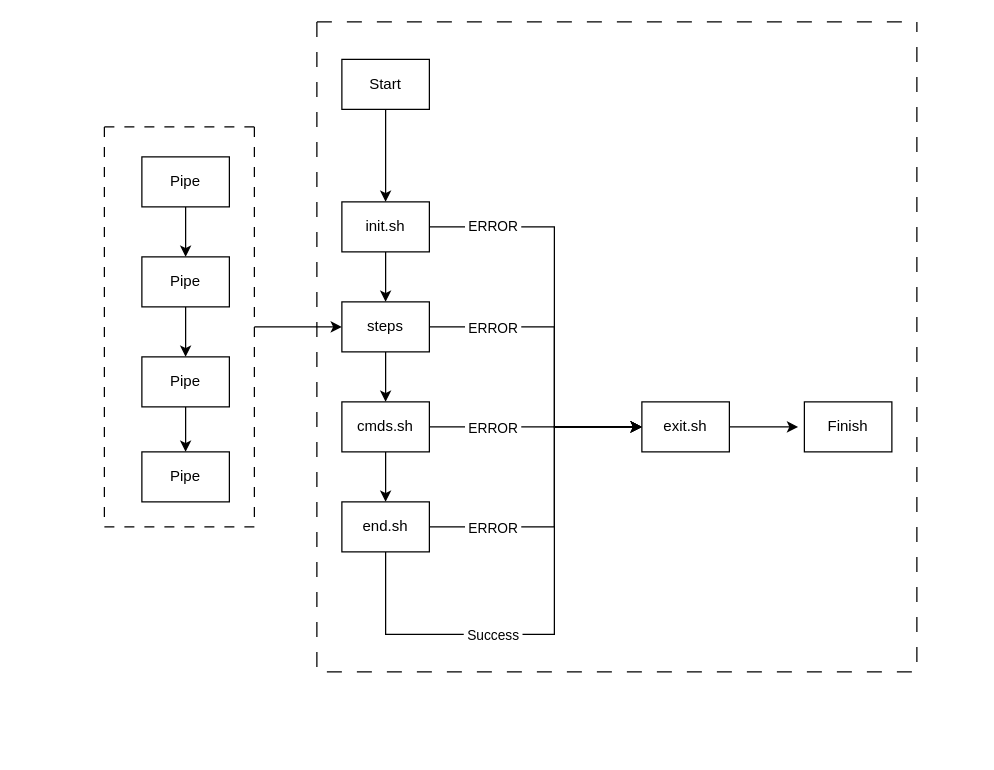
Before: Pipe.drawio in ycli1995/my_mind_maps, a draw.io diagram. Source tidied: cells renumbered, new cells numbered last; positions are measured from the earlier drawing's top-left corner, leaving out a move shared by most shapes. Both pictures are drawn from the tidied source at 125%, with x=0, y=0 at pixel (104, 21).
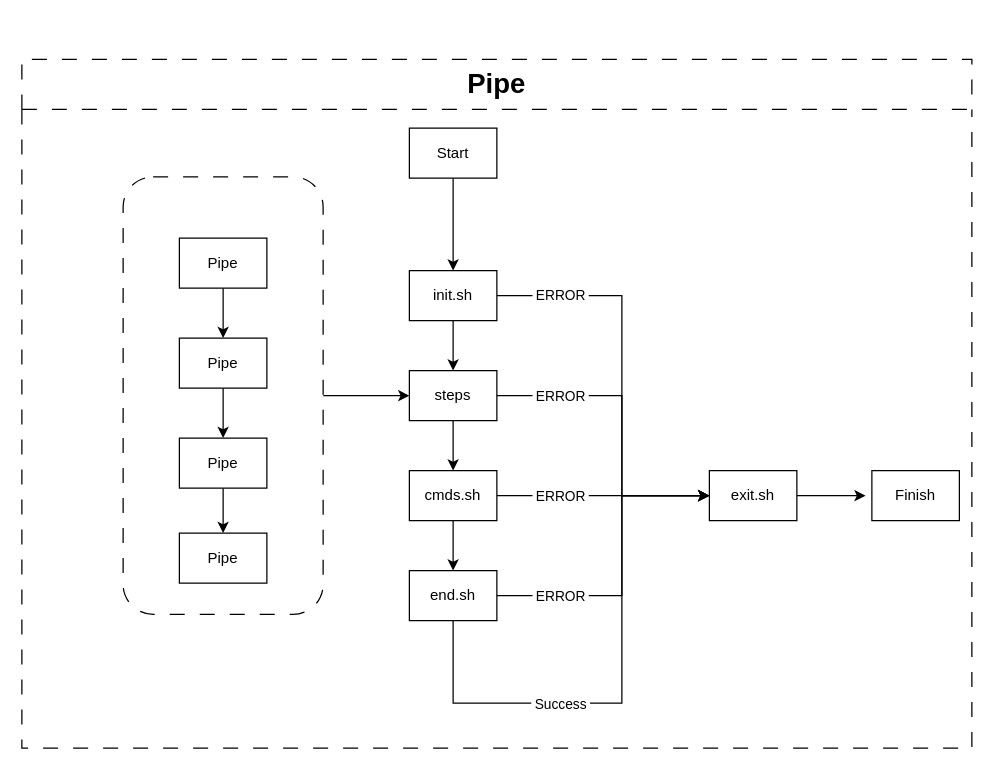
Above is the later version.

The edit, as a diff of the source:
```diff
@@
+    <mxCell id="34" value="&lt;font style=&quot;font-size: 22px;&quot;&gt;Pipe&lt;/font&gt;" style="swimlane;whiteSpace=wrap;html=1;dashed=1;dashPattern=12 12;startSize=40;" parent="1" vertex="1">
+      <mxGeometry x="-66" y="30" width="760" height="551" as="geometry" />
+    </mxCell>
+    <mxCell id="35" style="edgeStyle=orthogonalEdgeStyle;rounded=0;jettySize=auto;html=1;entryX=0;entryY=0.5;entryDx=0;entryDy=0;" parent="34" edge="1" source="36" target="9">
+      <mxGeometry relative="1" as="geometry" />
+    </mxCell>
+    <mxCell id="36" style="rounded=1;whiteSpace=wrap;html=1;dashed=1;dashPattern=12 12;" parent="34" vertex="1">
+      <mxGeometry x="81" y="94" width="160" height="350" as="geometry" />
+    </mxCell>
-    <mxCell id="2" style="edgeStyle=orthogonalEdgeStyle;rounded=0;jettySize=auto;html=1;" parent="1" edge="1" source="5" target="9">
+    <mxCell id="2" style="edgeStyle=orthogonalEdgeStyle;rounded=0;jettySize=auto;html=1;" parent="34" edge="1" source="5" target="9">
       <mxGeometry relative="1" as="geometry" />
     </mxCell>
-    <mxCell id="3" style="edgeStyle=orthogonalEdgeStyle;rounded=0;jettySize=auto;html=1;entryX=0;entryY=0.5;entryDx=0;entryDy=0;" parent="1" edge="1" source="5" target="21">
+    <mxCell id="3" style="edgeStyle=orthogonalEdgeStyle;rounded=0;jettySize=auto;html=1;entryX=0;entryY=0.5;entryDx=0;entryDy=0;" parent="34" edge="1" source="5" target="21">
       <mxGeometry relative="1" as="geometry">
         <Array as="points">
-          <mxPoint x="360" y="164" />
-          <mxPoint x="360" y="324" />
+          <mxPoint x="480" y="189" />
+          <mxPoint x="480" y="349" />
         </Array>
       </mxGeometry>
     </mxCell>
@@
-    <mxCell id="5" value="init.sh" style="rounded=0;whiteSpace=wrap;html=1;" parent="1" vertex="1">
-      <mxGeometry x="190" y="144" width="70" height="40" as="geometry" />
+    <mxCell id="5" value="init.sh" style="rounded=0;whiteSpace=wrap;html=1;" parent="34" vertex="1">
+      <mxGeometry x="310" y="169" width="70" height="40" as="geometry" />
     </mxCell>
-    <mxCell id="6" style="edgeStyle=orthogonalEdgeStyle;rounded=0;jettySize=auto;html=1;" parent="1" edge="1" source="9" target="13">
+    <mxCell id="6" style="edgeStyle=orthogonalEdgeStyle;rounded=0;jettySize=auto;html=1;" parent="34" edge="1" source="9" target="13">
       <mxGeometry relative="1" as="geometry" />
     </mxCell>
-    <mxCell id="7" style="edgeStyle=orthogonalEdgeStyle;rounded=0;jettySize=auto;html=1;entryX=0;entryY=0.5;entryDx=0;entryDy=0;" parent="1" edge="1" source="9" target="21">
+    <mxCell id="7" style="edgeStyle=orthogonalEdgeStyle;rounded=0;jettySize=auto;html=1;entryX=0;entryY=0.5;entryDx=0;entryDy=0;" parent="34" edge="1" source="9" target="21">
       <mxGeometry relative="1" as="geometry">
         <Array as="points">
-          <mxPoint x="360" y="244" />
-          <mxPoint x="360" y="324" />
+          <mxPoint x="480" y="269" />
+          <mxPoint x="480" y="349" />
         </Array>
       </mxGeometry>
     </mxCell>
@@
-    <mxCell id="9" value="steps" style="rounded=0;whiteSpace=wrap;html=1;" parent="1" vertex="1">
-      <mxGeometry x="190" y="224" width="70" height="40" as="geometry" />
+    <mxCell id="9" value="steps" style="rounded=0;whiteSpace=wrap;html=1;" parent="34" vertex="1">
+      <mxGeometry x="310" y="249" width="70" height="40" as="geometry" />
     </mxCell>
-    <mxCell id="10" style="edgeStyle=orthogonalEdgeStyle;rounded=0;jettySize=auto;html=1;" parent="1" edge="1" source="13" target="17">
+    <mxCell id="10" style="edgeStyle=orthogonalEdgeStyle;rounded=0;jettySize=auto;html=1;" parent="34" edge="1" source="13" target="17">
       <mxGeometry relative="1" as="geometry" />
     </mxCell>
-    <mxCell id="11" style="edgeStyle=orthogonalEdgeStyle;rounded=0;jettySize=auto;html=1;exitX=1;exitY=0.5;exitDx=0;exitDy=0;" parent="1" edge="1" source="13" target="21">
+    <mxCell id="11" style="edgeStyle=orthogonalEdgeStyle;rounded=0;jettySize=auto;html=1;exitX=1;exitY=0.5;exitDx=0;exitDy=0;" parent="34" edge="1" source="13" target="21">
       <mxGeometry relative="1" as="geometry" />
     </mxCell>
@@
-    <mxCell id="13" value="cmds.sh" style="rounded=0;whiteSpace=wrap;html=1;" parent="1" vertex="1">
-      <mxGeometry x="190" y="304" width="70" height="40" as="geometry" />
+    <mxCell id="13" value="cmds.sh" style="rounded=0;whiteSpace=wrap;html=1;" parent="34" vertex="1">
+      <mxGeometry x="310" y="329" width="70" height="40" as="geometry" />
     </mxCell>
-    <mxCell id="14" style="edgeStyle=orthogonalEdgeStyle;rounded=0;jettySize=auto;html=1;exitX=1;exitY=0.5;exitDx=0;exitDy=0;entryX=0;entryY=0.5;entryDx=0;entryDy=0;" parent="1" edge="1" source="17" target="21">
+    <mxCell id="14" style="edgeStyle=orthogonalEdgeStyle;rounded=0;jettySize=auto;html=1;exitX=1;exitY=0.5;exitDx=0;exitDy=0;entryX=0;entryY=0.5;entryDx=0;entryDy=0;" parent="34" edge="1" source="17" target="21">
       <mxGeometry relative="1" as="geometry">
         <Array as="points">
-          <mxPoint x="360" y="404" />
-          <mxPoint x="360" y="324" />
+          <mxPoint x="480" y="429" />
+          <mxPoint x="480" y="349" />
         </Array>
       </mxGeometry>
     </mxCell>
-    <mxCell id="15" style="edgeStyle=orthogonalEdgeStyle;rounded=0;jettySize=auto;html=1;exitX=0.5;exitY=1;exitDx=0;exitDy=0;entryX=0;entryY=0.5;entryDx=0;entryDy=0;" parent="1" edge="1" source="17" target="21">
+    <mxCell id="15" style="edgeStyle=orthogonalEdgeStyle;rounded=0;jettySize=auto;html=1;exitX=0.5;exitY=1;exitDx=0;exitDy=0;entryX=0;entryY=0.5;entryDx=0;entryDy=0;" parent="34" edge="1" source="17" target="21">
       <mxGeometry relative="1" as="geometry">
         <Array as="points">
-          <mxPoint x="225" y="490" />
-          <mxPoint x="360" y="490" />
-          <mxPoint x="360" y="324" />
+          <mxPoint x="345" y="515" />
+          <mxPoint x="480" y="515" />
+          <mxPoint x="480" y="349" />
         </Array>
       </mxGeometry>
     </mxCell>
@@
-    <mxCell id="17" value="end.sh" style="rounded=0;whiteSpace=wrap;html=1;" parent="1" vertex="1">
-      <mxGeometry x="190" y="384" width="70" height="40" as="geometry" />
+    <mxCell id="17" value="end.sh" style="rounded=0;whiteSpace=wrap;html=1;" parent="34" vertex="1">
+      <mxGeometry x="310" y="409" width="70" height="40" as="geometry" />
     </mxCell>
-    <mxCell id="18" style="edgeStyle=orthogonalEdgeStyle;rounded=0;jettySize=auto;html=1;" parent="1" edge="1" source="19" target="5">
+    <mxCell id="18" style="edgeStyle=orthogonalEdgeStyle;rounded=0;jettySize=auto;html=1;" parent="34" edge="1" source="19" target="5">
       <mxGeometry relative="1" as="geometry" />
     </mxCell>
-    <mxCell id="19" value="Start" style="rounded=0;whiteSpace=wrap;html=1;" parent="1" vertex="1">
-      <mxGeometry x="190" y="30" width="70" height="40" as="geometry" />
+    <mxCell id="19" value="Start" style="rounded=0;whiteSpace=wrap;html=1;" parent="34" vertex="1">
+      <mxGeometry x="310" y="55" width="70" height="40" as="geometry" />
     </mxCell>
-    <mxCell id="20" style="edgeStyle=orthogonalEdgeStyle;rounded=0;jettySize=auto;html=1;" parent="1" edge="1" source="21">
+    <mxCell id="20" style="edgeStyle=orthogonalEdgeStyle;rounded=0;jettySize=auto;html=1;" parent="34" edge="1" source="21">
       <mxGeometry relative="1" as="geometry">
-        <mxPoint x="555" y="324" as="targetPoint" />
+        <mxPoint x="675" y="349" as="targetPoint" />
       </mxGeometry>
     </mxCell>
-    <mxCell id="21" value="exit.sh" style="rounded=0;whiteSpace=wrap;html=1;" parent="1" vertex="1">
-      <mxGeometry x="430" y="304" width="70" height="40" as="geometry" />
+    <mxCell id="21" value="exit.sh" style="rounded=0;whiteSpace=wrap;html=1;" parent="34" vertex="1">
+      <mxGeometry x="550" y="329" width="70" height="40" as="geometry" />
     </mxCell>
-    <mxCell id="22" value="&amp;nbsp;ERROR&amp;nbsp;" style="edgeLabel;html=1;align=center;verticalAlign=middle;" parent="1" vertex="1">
-      <mxGeometry x="310" y="404" as="geometry" />
+    <mxCell id="22" value="&amp;nbsp;ERROR&amp;nbsp;" style="edgeLabel;html=1;align=center;verticalAlign=middle;" parent="34" vertex="1">
+      <mxGeometry x="430" y="429" as="geometry" />
     </mxCell>
-    <mxCell id="23" value="Finish" style="rounded=0;whiteSpace=wrap;html=1;" parent="1" vertex="1">
-      <mxGeometry x="560" y="304" width="70" height="40" as="geometry" />
+    <mxCell id="23" value="Finish" style="rounded=0;whiteSpace=wrap;html=1;" parent="34" vertex="1">
+      <mxGeometry x="680" y="329" width="70" height="40" as="geometry" />
     </mxCell>
-    <mxCell id="24" style="edgeStyle=orthogonalEdgeStyle;rounded=0;jettySize=auto;html=1;" parent="1" edge="1" source="25" target="27">
+    <mxCell id="24" style="edgeStyle=orthogonalEdgeStyle;rounded=0;jettySize=auto;html=1;" parent="34" edge="1" source="25" target="27">
       <mxGeometry relative="1" as="geometry" />
     </mxCell>
-    <mxCell id="25" value="Pipe" style="rounded=0;whiteSpace=wrap;html=1;" parent="1" vertex="1">
-      <mxGeometry x="30" y="108" width="70" height="40" as="geometry" />
+    <mxCell id="25" value="Pipe" style="rounded=0;whiteSpace=wrap;html=1;" parent="34" vertex="1">
+      <mxGeometry x="126" y="143" width="70" height="40" as="geometry" />
     </mxCell>
-    <mxCell id="26" style="edgeStyle=orthogonalEdgeStyle;rounded=0;jettySize=auto;html=1;" parent="1" edge="1" source="27" target="29">
+    <mxCell id="26" style="edgeStyle=orthogonalEdgeStyle;rounded=0;jettySize=auto;html=1;" parent="34" edge="1" source="27" target="29">
       <mxGeometry relative="1" as="geometry" />
     </mxCell>
-    <mxCell id="27" value="Pipe" style="rounded=0;whiteSpace=wrap;html=1;" parent="1" vertex="1">
-      <mxGeometry x="30" y="188" width="70" height="40" as="geometry" />
+    <mxCell id="27" value="Pipe" style="rounded=0;whiteSpace=wrap;html=1;" parent="34" vertex="1">
+      <mxGeometry x="126" y="223" width="70" height="40" as="geometry" />
     </mxCell>
-    <mxCell id="28" style="edgeStyle=orthogonalEdgeStyle;rounded=0;jettySize=auto;html=1;" parent="1" edge="1" source="29" target="30">
+    <mxCell id="28" style="edgeStyle=orthogonalEdgeStyle;rounded=0;jettySize=auto;html=1;" parent="34" edge="1" source="29" target="30">
       <mxGeometry relative="1" as="geometry" />
     </mxCell>
-    <mxCell id="29" value="Pipe" style="rounded=0;whiteSpace=wrap;html=1;" parent="1" vertex="1">
-      <mxGeometry x="30" y="268" width="70" height="40" as="geometry" />
+    <mxCell id="29" value="Pipe" style="rounded=0;whiteSpace=wrap;html=1;" parent="34" vertex="1">
+      <mxGeometry x="126" y="303" width="70" height="40" as="geometry" />
     </mxCell>
-    <mxCell id="30" value="Pipe" style="rounded=0;whiteSpace=wrap;html=1;" parent="1" vertex="1">
-      <mxGeometry x="30" y="344" width="70" height="40" as="geometry" />
+    <mxCell id="30" value="Pipe" style="rounded=0;whiteSpace=wrap;html=1;" parent="34" vertex="1">
+      <mxGeometry x="126" y="379" width="70" height="40" as="geometry" />
     </mxCell>
-    <mxCell id="31" style="edgeStyle=orthogonalEdgeStyle;rounded=0;jettySize=auto;html=1;entryX=0;entryY=0.5;entryDx=0;entryDy=0;" parent="1" edge="1" source="32" target="9">
-      <mxGeometry relative="1" as="geometry" />
-    </mxCell>
-    <mxCell id="32" style="swimlane;startSize=0;dashed=1;dashPattern=8 8;" parent="1" vertex="1">
-      <mxGeometry y="84" width="120" height="320" as="geometry" />
-    </mxCell>
-    <mxCell id="33" style="swimlane;startSize=0;dashed=1;dashPattern=12 12;" parent="1" vertex="1">
-      <mxGeometry x="170" width="480" height="520" as="geometry" />
-    </mxCell>
```
